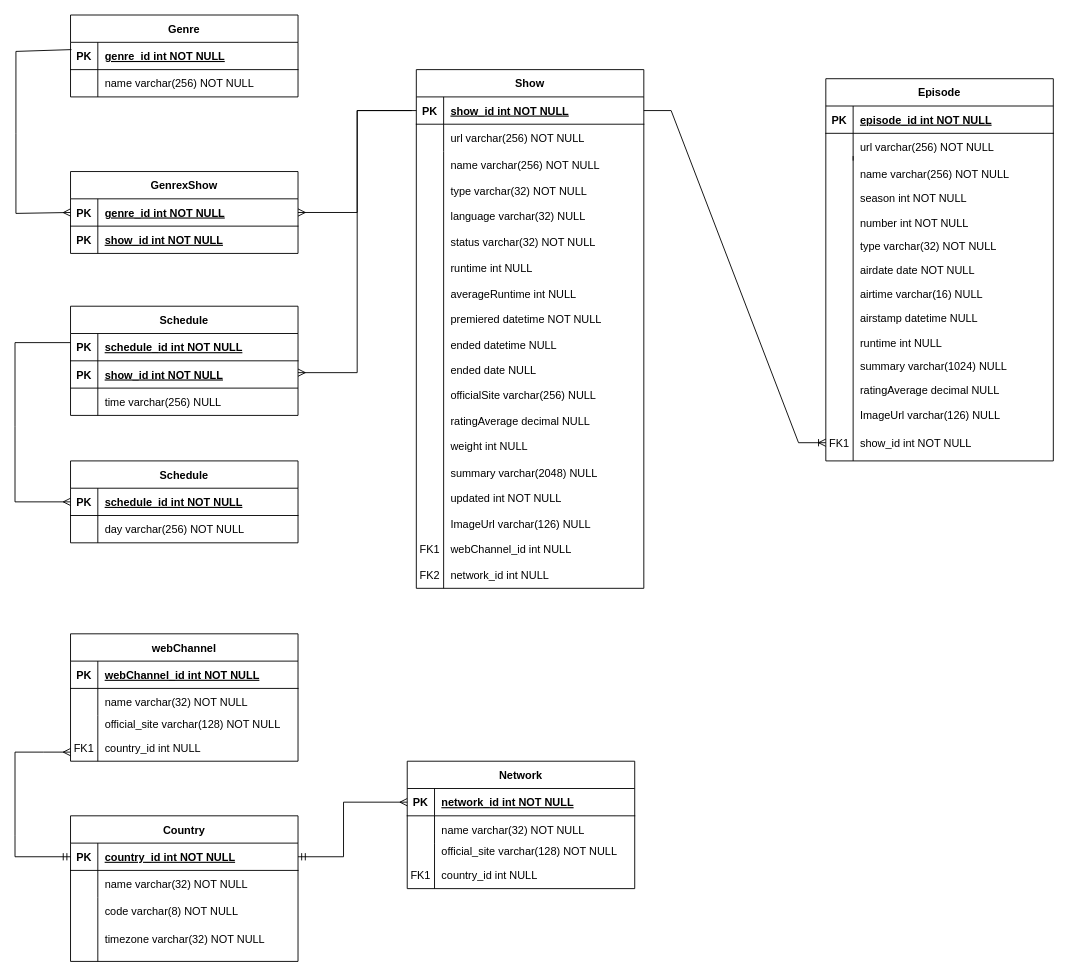
Before: model/datamodel_tvseries.drawio in fsosap/datapipeline-tvseries, a draw.io diagram. Source tidied: cells renumbered, new cells numbered last; positions are measured from the earlier drawing's top-left corner, leaving out a move shared by most shapes. Both pictures are drawn from the tidied source at 91%, with x=0, y=0 at pixel (15, 15).
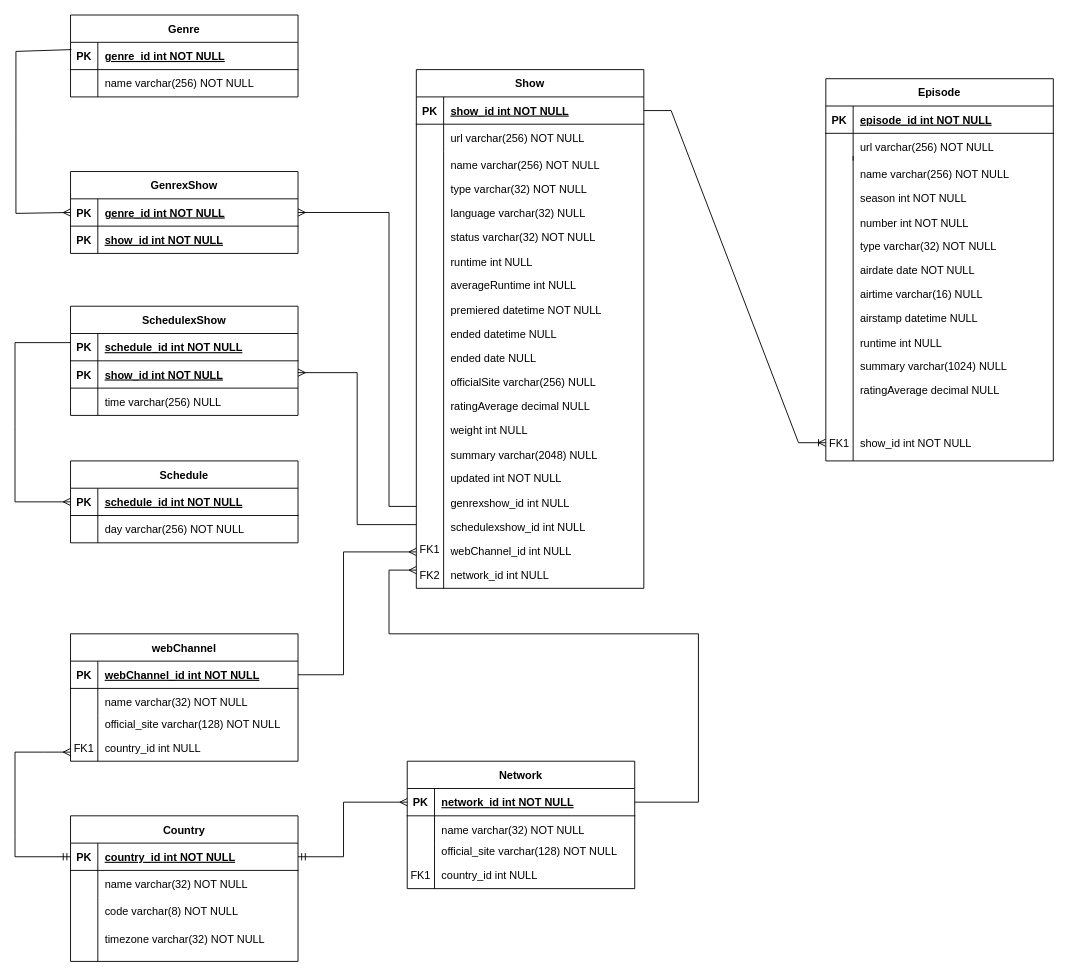
Above is the later version.

The change refers to these unchanged cells:
```xml
<mxCell id="21" style="shape=partialRectangle;fillColor=none;points=[[0,0.5],[1,0.5]];portConstraint=eastwest;top=0;left=0;right=0;bottom=1;" parent="20" vertex="1">
  <mxGeometry y="30" width="250" height="30" as="geometry" />
</mxCell>
<mxCell id="47" style="shape=partialRectangle;fillColor=none;points=[[0,0.5],[1,0.5]];portConstraint=eastwest;top=0;left=0;right=0;bottom=1;" parent="46" vertex="1">
  <mxGeometry y="30" width="250" height="30" as="geometry" />
</mxCell>
<mxCell id="80" style="shape=partialRectangle;fillColor=none;points=[[0,0.5],[1,0.5]];portConstraint=eastwest;top=0;left=0;right=0;bottom=1;" parent="79" vertex="1">
  <mxGeometry y="30" width="250" height="30" as="geometry" />
</mxCell>
<mxCell id="108" style="shape=partialRectangle;fillColor=none;points=[[0,0.5],[1,0.5]];portConstraint=eastwest;top=0;left=0;right=0;bottom=1;" parent="107" vertex="1">
  <mxGeometry y="30" width="250" height="30" as="geometry" />
</mxCell>
```

Change to the diagram source:
```diff
@@
     <mxCell id="29" value="language varchar(32) NULL" style="shape=partialRectangle;overflow=hidden;fillColor=none;top=0;left=0;bottom=0;right=0;align=left;spacingLeft=6;" parent="1" vertex="1">
-      <mxGeometry x="471" y="206" width="220" height="30" as="geometry" />
+      <mxGeometry x="471" y="203" width="220" height="30" as="geometry" />
     </mxCell>
     <mxCell id="30" value="type varchar(32) NOT NULL" style="shape=partialRectangle;overflow=hidden;fillColor=none;top=0;left=0;bottom=0;right=0;align=left;spacingLeft=6;" parent="1" vertex="1">
-      <mxGeometry x="471" y="178" width="220" height="30" as="geometry" />
+      <mxGeometry x="471" y="176" width="220" height="30" as="geometry" />
     </mxCell>
@@
     <mxCell id="32" value="status varchar(32) NOT NULL" style="shape=partialRectangle;overflow=hidden;fillColor=none;top=0;left=0;bottom=0;right=0;align=left;spacingLeft=6;" parent="1" vertex="1">
-      <mxGeometry x="471" y="234" width="220" height="30" as="geometry" />
+      <mxGeometry x="471" y="229" width="220" height="30" as="geometry" />
     </mxCell>
     <mxCell id="33" value="runtime int NULL" style="shape=partialRectangle;overflow=hidden;fillColor=none;top=0;left=0;bottom=0;right=0;align=left;spacingLeft=6;" parent="1" vertex="1">
-      <mxGeometry x="471" y="263" width="220" height="30" as="geometry" />
+      <mxGeometry x="471" y="256" width="220" height="30" as="geometry" />
     </mxCell>
     <mxCell id="34" value="averageRuntime int NULL" style="shape=partialRectangle;overflow=hidden;fillColor=none;top=0;left=0;bottom=0;right=0;align=left;spacingLeft=6;" parent="1" vertex="1">
-      <mxGeometry x="471" y="291" width="220" height="30" as="geometry" />
+      <mxGeometry x="471" y="282" width="220" height="30" as="geometry" />
     </mxCell>
     <mxCell id="35" value="premiered datetime NOT NULL" style="shape=partialRectangle;overflow=hidden;fillColor=none;top=0;left=0;bottom=0;right=0;align=left;spacingLeft=6;" parent="1" vertex="1">
-      <mxGeometry x="471" y="319" width="220" height="30" as="geometry" />
+      <mxGeometry x="471" y="309" width="220" height="30" as="geometry" />
     </mxCell>
     <mxCell id="36" value="ended datetime NULL" style="shape=partialRectangle;overflow=hidden;fillColor=none;top=0;left=0;bottom=0;right=0;align=left;spacingLeft=6;" parent="1" vertex="1">
-      <mxGeometry x="471" y="347" width="220" height="30" as="geometry" />
+      <mxGeometry x="471" y="335" width="220" height="30" as="geometry" />
     </mxCell>
     <mxCell id="37" value="ended date NULL" style="shape=partialRectangle;overflow=hidden;fillColor=none;top=0;left=0;bottom=0;right=0;align=left;spacingLeft=6;" parent="1" vertex="1">
-      <mxGeometry x="471" y="375" width="220" height="30" as="geometry" />
+      <mxGeometry x="471" y="362" width="220" height="30" as="geometry" />
     </mxCell>
     <mxCell id="38" value="officialSite varchar(256) NULL" style="shape=partialRectangle;overflow=hidden;fillColor=none;top=0;left=0;bottom=0;right=0;align=left;spacingLeft=6;" parent="1" vertex="1">
-      <mxGeometry x="471" y="403" width="220" height="30" as="geometry" />
+      <mxGeometry x="471" y="388" width="220" height="30" as="geometry" />
     </mxCell>
@@
-    <mxCell id="56" style="edgeStyle=orthogonalEdgeStyle;rounded=0;jettySize=auto;html=1;exitX=1;exitY=0.5;exitDx=0;exitDy=0;entryX=0;entryY=0.5;entryDx=0;entryDy=0;endArrow=none;endFill=0;startArrow=ERmany;startFill=0;" parent="1" edge="1" source="47" target="21">
-      <mxGeometry relative="1" as="geometry" />
+    <mxCell id="56" style="edgeStyle=orthogonalEdgeStyle;rounded=0;jettySize=auto;html=1;exitX=1;exitY=0.5;exitDx=0;exitDy=0;endArrow=none;endFill=0;startArrow=ERmany;startFill=0;" parent="1" edge="1" source="47">
+      <mxGeometry relative="1" as="geometry">
+        <mxPoint x="441" y="540" as="targetPoint" />
+        <Array as="points">
+          <mxPoint x="411" y="217" />
+          <mxPoint x="411" y="540" />
+        </Array>
+      </mxGeometry>
     </mxCell>
@@
-    <mxCell id="64" value="Schedule" style="shape=table;startSize=30;childLayout=tableLayout;rowLines=0;fontStyle=1;align=center;" parent="1" vertex="1">
+    <mxCell id="64" value="SchedulexShow" style="shape=table;startSize=30;childLayout=tableLayout;rowLines=0;fontStyle=1;align=center;" parent="1" vertex="1">
       <mxGeometry x="61" y="320" width="250" height="120" as="geometry" />
     </mxCell>
@@
-    <mxCell id="74" style="edgeStyle=orthogonalEdgeStyle;rounded=0;orthogonalLoop=1;jettySize=auto;html=1;entryX=0;entryY=0.5;entryDx=0;entryDy=0;endArrow=none;endFill=0;startArrow=ERmany;startFill=0;" parent="1" edge="1">
+    <mxCell id="74" style="edgeStyle=orthogonalEdgeStyle;rounded=0;orthogonalLoop=1;jettySize=auto;html=1;endArrow=none;endFill=0;startArrow=ERmany;startFill=0;" parent="1" edge="1">
       <mxGeometry relative="1" as="geometry">
         <mxPoint x="311" y="393" as="sourcePoint" />
-        <mxPoint x="436" y="105" as="targetPoint" />
+        <mxPoint x="441" y="560" as="targetPoint" />
         <Array as="points">
           <mxPoint x="376" y="393" />
-          <mxPoint x="376" y="105" />
+          <mxPoint x="376" y="560" />
         </Array>
       </mxGeometry>
     </mxCell>
@@
     <mxCell id="77" value="ratingAverage decimal NULL" style="shape=partialRectangle;overflow=hidden;fillColor=none;top=0;left=0;bottom=0;right=0;align=left;spacingLeft=6;" parent="1" vertex="1">
-      <mxGeometry x="471" y="431" width="220" height="30" as="geometry" />
+      <mxGeometry x="471" y="415" width="220" height="30" as="geometry" />
     </mxCell>
     <mxCell id="78" value="weight int NULL" style="shape=partialRectangle;overflow=hidden;fillColor=none;top=0;left=0;bottom=0;right=0;align=left;spacingLeft=6;" parent="1" vertex="1">
-      <mxGeometry x="471" y="459" width="220" height="30" as="geometry" />
+      <mxGeometry x="471" y="441" width="220" height="30" as="geometry" />
     </mxCell>
@@
     <mxCell id="101" value="webChannel_id int NULL " style="shape=partialRectangle;overflow=hidden;fillColor=none;top=0;left=0;bottom=0;right=0;align=left;spacingLeft=6;fontStyle=0;" parent="1" vertex="1">
-      <mxGeometry x="471" y="572" width="220" height="30" as="geometry" />
+      <mxGeometry x="471" y="574" width="220" height="30" as="geometry" />
     </mxCell>
     <mxCell id="102" value="summary varchar(2048) NULL" style="shape=partialRectangle;overflow=hidden;fillColor=none;top=0;left=0;bottom=0;right=0;align=left;spacingLeft=6;" parent="1" vertex="1">
-      <mxGeometry x="471" y="488" width="220" height="30" as="geometry" />
+      <mxGeometry x="471" y="468" width="220" height="30" as="geometry" />
     </mxCell>
     <mxCell id="103" value="updated int NOT NULL" style="shape=partialRectangle;overflow=hidden;fillColor=none;top=0;left=0;bottom=0;right=0;align=left;spacingLeft=6;" parent="1" vertex="1">
-      <mxGeometry x="471" y="516" width="220" height="30" as="geometry" />
+      <mxGeometry x="471" y="494" width="220" height="30" as="geometry" />
     </mxCell>
-    <mxCell id="104" value="ImageUrl varchar(126) NULL" style="shape=partialRectangle;overflow=hidden;fillColor=none;top=0;left=0;bottom=0;right=0;align=left;spacingLeft=6;" parent="1" vertex="1">
-      <mxGeometry x="471" y="544" width="220" height="30" as="geometry" />
-    </mxCell>
-    <mxCell id="105" value="ImageUrl varchar(126) NULL" style="shape=partialRectangle;overflow=hidden;fillColor=none;top=0;left=0;bottom=0;right=0;align=left;spacingLeft=6;" parent="1" vertex="1">
-      <mxGeometry x="921" y="424" width="220" height="30" as="geometry" />
-    </mxCell>
@@
+    <mxCell id="124" style="edgeStyle=orthogonalEdgeStyle;rounded=0;jettySize=auto;html=1;entryX=1;entryY=0.5;entryDx=0;entryDy=0;endArrow=none;endFill=0;startArrow=ERmany;startFill=0;" parent="1" edge="1" target="108">
+      <mxGeometry relative="1" as="geometry">
+        <mxPoint x="441" y="610" as="sourcePoint" />
+        <Array as="points">
+          <mxPoint x="411" y="680" />
+          <mxPoint x="751" y="680" />
+          <mxPoint x="751" y="865" />
+        </Array>
+      </mxGeometry>
+    </mxCell>
+    <mxCell id="125" style="edgeStyle=orthogonalEdgeStyle;rounded=0;jettySize=auto;html=1;entryX=1;entryY=0.5;entryDx=0;entryDy=0;endArrow=none;endFill=0;startArrow=ERmany;startFill=0;" parent="1" edge="1" target="80">
+      <mxGeometry relative="1" as="geometry">
+        <mxPoint x="441" y="590" as="sourcePoint" />
+        <Array as="points">
+          <mxPoint x="361" y="590" />
+          <mxPoint x="361" y="725" />
+        </Array>
+      </mxGeometry>
+    </mxCell>
+    <mxCell id="126" value="genrexshow_id int NULL" style="shape=partialRectangle;overflow=hidden;fillColor=none;top=0;left=0;bottom=0;right=0;align=left;spacingLeft=6;fontStyle=0;" parent="1" vertex="1">
+      <mxGeometry x="471" y="521" width="220" height="30" as="geometry" />
+    </mxCell>
+    <mxCell id="127" value="schedulexshow_id int NULL" style="shape=partialRectangle;overflow=hidden;fillColor=none;top=0;left=0;bottom=0;right=0;align=left;spacingLeft=6;fontStyle=0;" parent="1" vertex="1">
+      <mxGeometry x="471" y="547" width="220" height="30" as="geometry" />
+    </mxCell>
```
